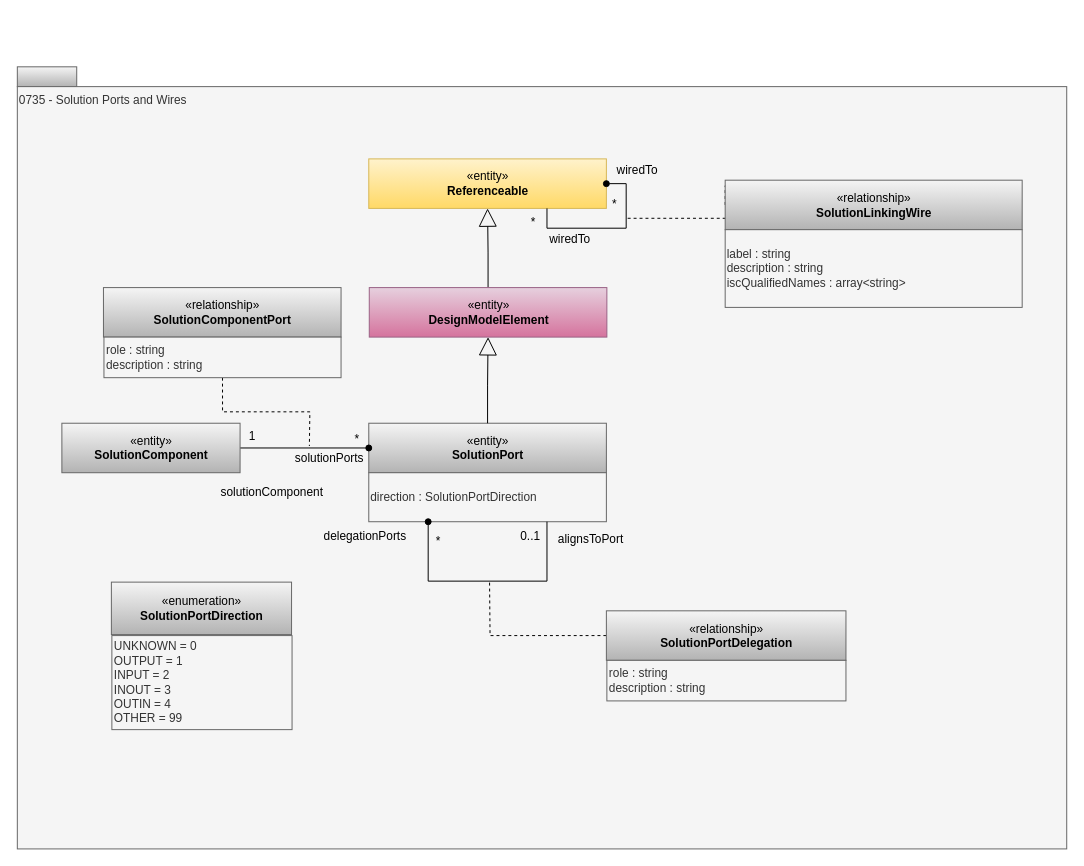
Before: page "0735-Solution-Ports-and-Wires" (10 of 19) of site/docs/types/7/area-7-lineage.drawio in odpi/egeria-docs, a draw.io diagram. Source tidied: cells renumbered, new cells numbered last; positions are measured from the earlier drawing's top-left corner, leaving out a move shared by most shapes. Both pictures are drawn from the tidied source at 99%, with x=0, y=0 at pixel (17, 66).
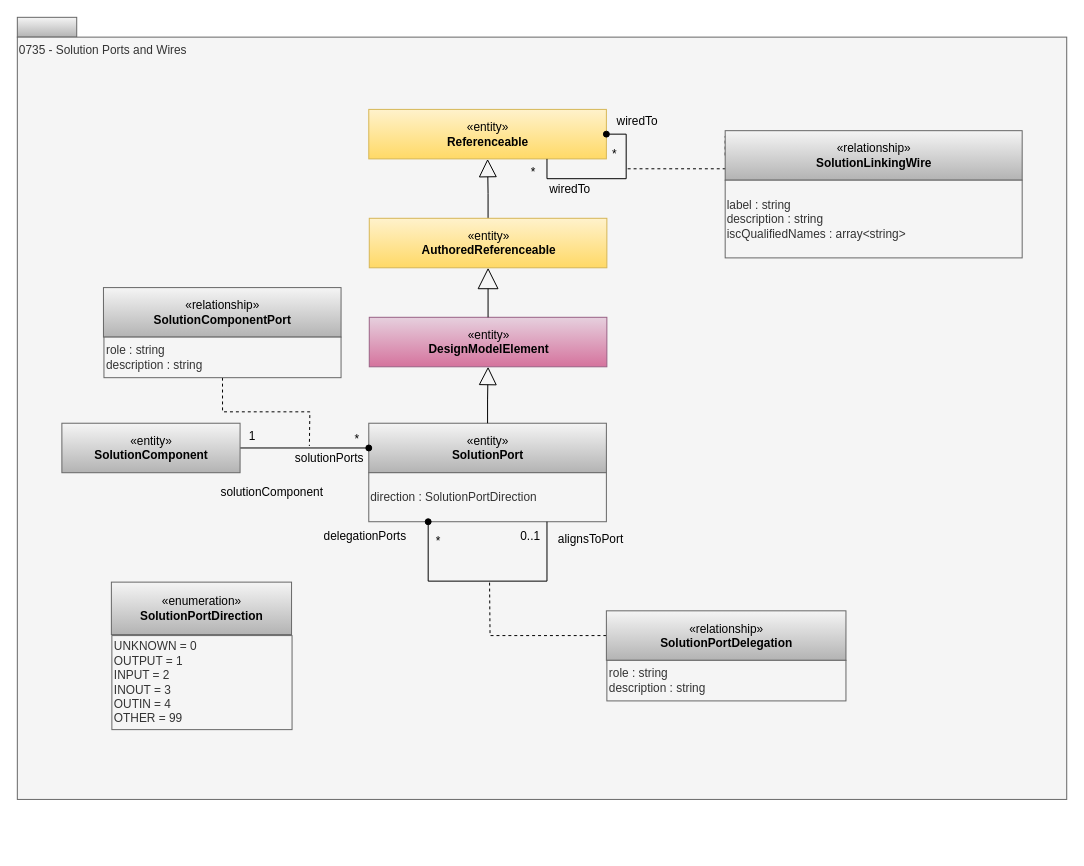
After the change.

Change to the diagram source:
```diff
@@
     <mxCell id="2" style="rounded=0;whiteSpace=wrap;html=1;align=left;fillColor=#f5f5f5;strokeColor=#666666;gradientColor=#b3b3b3;" parent="1" vertex="1">
-      <mxGeometry width="60" height="20" as="geometry" />
+      <mxGeometry y="-50" width="60" height="20" as="geometry" />
     </mxCell>
     <mxCell id="3" value="0735 - Solution Ports and Wires" style="rounded=0;whiteSpace=wrap;html=1;align=left;verticalAlign=top;fillColor=#f5f5f5;fontColor=#333333;strokeColor=#666666;" parent="1" vertex="1">
-      <mxGeometry y="20" width="1060" height="770" as="geometry" />
+      <mxGeometry y="-30" width="1060" height="770" as="geometry" />
     </mxCell>
     <mxCell id="4" value="«entity»&lt;br&gt;&lt;b&gt;Referenceable&lt;/b&gt;" style="html=1;strokeColor=#d6b656;align=center;fillColor=#fff2cc;gradientColor=#ffd966;" parent="1" vertex="1">
-      <mxGeometry x="355" y="93" width="240" height="50" as="geometry" />
+      <mxGeometry x="355" y="43" width="240" height="50" as="geometry" />
     </mxCell>
     <mxCell id="5" style="edgeStyle=orthogonalEdgeStyle;rounded=0;html=1;exitX=0;exitY=0.5;dashed=1;endArrow=none;endFill=0;jettySize=auto;exitDx=0;exitDy=0;" parent="1" edge="1" source="6">
       <mxGeometry relative="1" as="geometry">
-        <mxPoint x="615" y="153" as="targetPoint" />
+        <mxPoint x="615" y="103" as="targetPoint" />
         <Array as="points">
-          <mxPoint x="725" y="120" />
-          <mxPoint x="725" y="153" />
+          <mxPoint x="725" y="70" />
+          <mxPoint x="725" y="103" />
         </Array>
       </mxGeometry>
     </mxCell>
     <mxCell id="6" value="«relationship»&lt;br&gt;&lt;b&gt;SolutionLinkingWire&lt;/b&gt;" style="html=1;strokeColor=#666666;align=center;fillColor=#f5f5f5;gradientColor=#b3b3b3;" parent="1" vertex="1">
-      <mxGeometry x="715" y="114.5" width="300" height="50" as="geometry" />
+      <mxGeometry x="715" y="64.5" width="300" height="50" as="geometry" />
     </mxCell>
     <mxCell id="7" value="&lt;div&gt;label : string&lt;br&gt;description : string&lt;br&gt;&lt;/div&gt;iscQualifiedNames : array&amp;lt;string&amp;gt;&amp;nbsp;" style="rounded=0;whiteSpace=wrap;html=1;strokeColor=#666666;align=left;fillColor=#f5f5f5;fontColor=#333333;" parent="1" vertex="1">
-      <mxGeometry x="715" y="164.5" width="300" height="78.5" as="geometry" />
+      <mxGeometry x="715" y="114.5" width="300" height="78.5" as="geometry" />
     </mxCell>
-    <mxCell id="8" style="edgeStyle=orthogonalEdgeStyle;rounded=0;jettySize=auto;html=1;exitX=0.5;exitY=0;exitDx=0;exitDy=0;endArrow=block;endFill=0;endSize=16;" parent="1" edge="1" source="35" target="4">
+    <mxCell id="8" style="edgeStyle=orthogonalEdgeStyle;rounded=0;jettySize=auto;html=1;exitX=0.5;exitY=0;exitDx=0;exitDy=0;endArrow=block;endFill=0;endSize=16;" parent="1" edge="1" source="37" target="4">
       <mxGeometry relative="1" as="geometry" />
     </mxCell>
@@
     <mxCell id="12" value="wiredTo" style="text;html=1;align=center;verticalAlign=top;spacingTop=-4;" parent="1" vertex="1">
-      <mxGeometry x="595.5" y="94.5" width="60" height="20" as="geometry" />
+      <mxGeometry x="595.5" y="44.5" width="60" height="20" as="geometry" />
     </mxCell>
     <mxCell id="13" value="*" style="text;html=1;align=center;verticalAlign=top;spacingTop=-4;" parent="1" vertex="1">
-      <mxGeometry x="595.5" y="129" width="15" height="14" as="geometry" />
+      <mxGeometry x="595.5" y="79" width="15" height="14" as="geometry" />
     </mxCell>
     <mxCell id="14" value="*" style="text;html=1;align=center;verticalAlign=top;spacingTop=-4;" parent="1" vertex="1">
-      <mxGeometry x="513" y="146.5" width="15" height="14" as="geometry" />
+      <mxGeometry x="513" y="96.5" width="15" height="14" as="geometry" />
     </mxCell>
     <mxCell id="15" value="wiredTo" style="text;html=1;align=center;verticalAlign=top;spacingTop=-4;" parent="1" vertex="1">
-      <mxGeometry x="528" y="164" width="60" height="20" as="geometry" />
+      <mxGeometry x="528" y="114" width="60" height="20" as="geometry" />
     </mxCell>
@@
     <mxCell id="35" value="«entity»&lt;br&gt;&lt;b&gt;DesignModelElement&lt;/b&gt;" style="html=1;strokeColor=#996185;align=center;fillColor=#e6d0de;gradientColor=#d5739d;" parent="1" vertex="1">
-      <mxGeometry x="355.5" y="223" width="240" height="50" as="geometry" />
+      <mxGeometry x="355.5" y="253" width="240" height="50" as="geometry" />
     </mxCell>
@@
+    <mxCell id="37" value="«entity»&lt;br&gt;&lt;b&gt;AuthoredReferenceable&lt;/b&gt;" style="html=1;strokeColor=#d6b656;align=center;fillColor=#fff2cc;gradientColor=#ffd966;" parent="1" vertex="1">
+      <mxGeometry x="355.5" y="153" width="240" height="50" as="geometry" />
+    </mxCell>
+    <mxCell id="38" style="edgeStyle=orthogonalEdgeStyle;rounded=0;jettySize=auto;html=1;endArrow=block;endFill=0;startSize=6;endSize=19;exitX=0.5;exitY=0;exitDx=0;exitDy=0;entryX=0.5;entryY=1;entryDx=0;entryDy=0;" parent="1" edge="1" source="35" target="37">
+      <mxGeometry relative="1" as="geometry" />
+    </mxCell>
```
